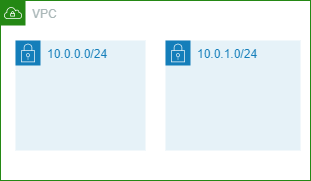
Earlier version of the draw.io export ressources/assets/module07/module_07-0.png (brice-jacquin/aws-lab). Source tidied: cells renumbered, new cells last; positions are measured from the earlier drawing's top-left corner, leaving out a move shared by most shapes. Its diagram source:
```xml
<mxGraphModel>
  <root>
    <mxCell id="0" />
    <mxCell id="1" parent="0" />
    <mxCell id="2" value="VPC" style="gradientColor=none;html=1;whiteSpace=wrap;fontSize=12;fontStyle=0;shape=mxgraph.aws4.group;grIcon=mxgraph.aws4.group_vpc;strokeColor=#248814;fillColor=none;verticalAlign=top;align=left;spacingLeft=30;fontColor=#AAB7B8;dashed=0;" parent="1" vertex="1">
      <mxGeometry width="310" height="180" as="geometry" />
    </mxCell>
    <mxCell id="3" value="10.0.0.0/24" style="gradientColor=none;html=1;whiteSpace=wrap;fontSize=12;fontStyle=0;shape=mxgraph.aws4.group;grIcon=mxgraph.aws4.group_security_group;grStroke=0;strokeColor=#147EBA;fillColor=#E6F2F8;verticalAlign=top;align=left;spacingLeft=30;fontColor=#147EBA;dashed=0;" parent="1" vertex="1">
      <mxGeometry x="15" y="40" width="130" height="110" as="geometry" />
    </mxCell>
    <mxCell id="4" value="10.0.1.0/24" style="gradientColor=none;html=1;whiteSpace=wrap;fontSize=12;fontStyle=0;shape=mxgraph.aws4.group;grIcon=mxgraph.aws4.group_security_group;grStroke=0;strokeColor=#147EBA;fillColor=#E6F2F8;verticalAlign=top;align=left;spacingLeft=30;fontColor=#147EBA;dashed=0;" parent="1" vertex="1">
      <mxGeometry x="165" y="40" width="135" height="110" as="geometry" />
    </mxCell>
  </root>
</mxGraphModel>
```
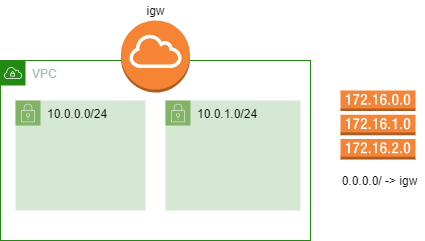
Later version of the same file.

Commit message:
module07 : update schema prereq

What changed in the source:
```diff
@@ -5,11 +5,23 @@
     <mxCell id="2" value="VPC" style="gradientColor=none;html=1;whiteSpace=wrap;fontSize=12;fontStyle=0;shape=mxgraph.aws4.group;grIcon=mxgraph.aws4.group_vpc;strokeColor=#248814;fillColor=none;verticalAlign=top;align=left;spacingLeft=30;fontColor=#AAB7B8;dashed=0;" parent="1" vertex="1">
       <mxGeometry width="310" height="180" as="geometry" />
     </mxCell>
-    <mxCell id="3" value="10.0.0.0/24" style="gradientColor=none;html=1;whiteSpace=wrap;fontSize=12;fontStyle=0;shape=mxgraph.aws4.group;grIcon=mxgraph.aws4.group_security_group;grStroke=0;strokeColor=#147EBA;fillColor=#E6F2F8;verticalAlign=top;align=left;spacingLeft=30;fontColor=#147EBA;dashed=0;" parent="1" vertex="1">
+    <mxCell id="3" value="10.0.0.0/24" style="html=1;whiteSpace=wrap;fontSize=12;fontStyle=0;shape=mxgraph.aws4.group;grIcon=mxgraph.aws4.group_security_group;grStroke=0;strokeColor=#82b366;fillColor=#d5e8d4;verticalAlign=top;align=left;spacingLeft=30;dashed=0;" parent="1" vertex="1">
       <mxGeometry x="15" y="40" width="130" height="110" as="geometry" />
     </mxCell>
-    <mxCell id="4" value="10.0.1.0/24" style="gradientColor=none;html=1;whiteSpace=wrap;fontSize=12;fontStyle=0;shape=mxgraph.aws4.group;grIcon=mxgraph.aws4.group_security_group;grStroke=0;strokeColor=#147EBA;fillColor=#E6F2F8;verticalAlign=top;align=left;spacingLeft=30;fontColor=#147EBA;dashed=0;" parent="1" vertex="1">
+    <mxCell id="4" value="10.0.1.0/24" style="html=1;whiteSpace=wrap;fontSize=12;fontStyle=0;shape=mxgraph.aws4.group;grIcon=mxgraph.aws4.group_security_group;grStroke=0;strokeColor=#82b366;fillColor=#d5e8d4;verticalAlign=top;align=left;spacingLeft=30;dashed=0;" parent="1" vertex="1">
       <mxGeometry x="165" y="40" width="135" height="110" as="geometry" />
     </mxCell>
+    <mxCell id="5" style="dashed=0;verticalLabelPosition=bottom;verticalAlign=top;align=center;html=1;shape=mxgraph.aws3.internet_gateway;fillColor=#F58534;gradientColor=none;" parent="1" vertex="1">
+      <mxGeometry x="120.5" y="-40" width="69" height="72" as="geometry" />
+    </mxCell>
+    <mxCell id="6" style="dashed=0;verticalLabelPosition=bottom;verticalAlign=top;align=center;html=1;shape=mxgraph.aws3.route_table;fillColor=#F58536;gradientColor=none;" parent="1" vertex="1">
+      <mxGeometry x="340" y="30" width="75" height="69" as="geometry" />
+    </mxCell>
+    <mxCell id="7" value="0.0.0.0/ -&amp;gt; igw" style="text;html=1;align=center;verticalAlign=middle;" parent="1" vertex="1">
+      <mxGeometry x="334" y="110" width="90" height="20" as="geometry" />
+    </mxCell>
+    <mxCell id="8" value="igw" style="text;html=1;align=center;verticalAlign=middle;" parent="1" vertex="1">
+      <mxGeometry x="140" y="-60" width="30" height="20" as="geometry" />
+    </mxCell>
   </root>
 </mxGraphModel>
```
